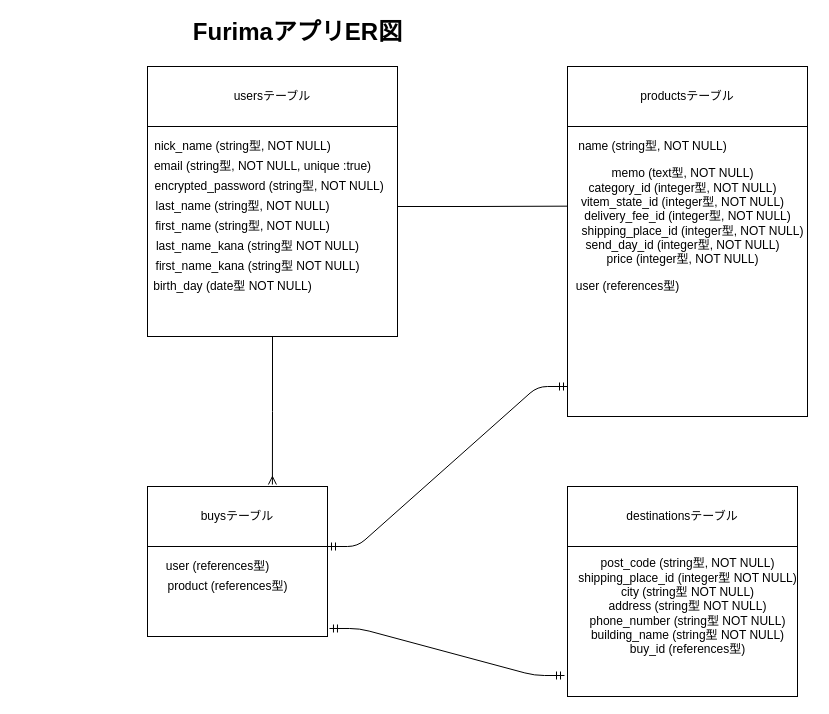
Earlier version of the draw.io diagram furima.dio (yukesu26/furima-33080). Source tidied: cells renumbered, new cells numbered last; positions are measured from the earlier drawing's top-left corner, leaving out a move shared by most shapes. Both pictures are drawn from the tidied source at 100%, with x=0, y=0 at pixel (17, 26).
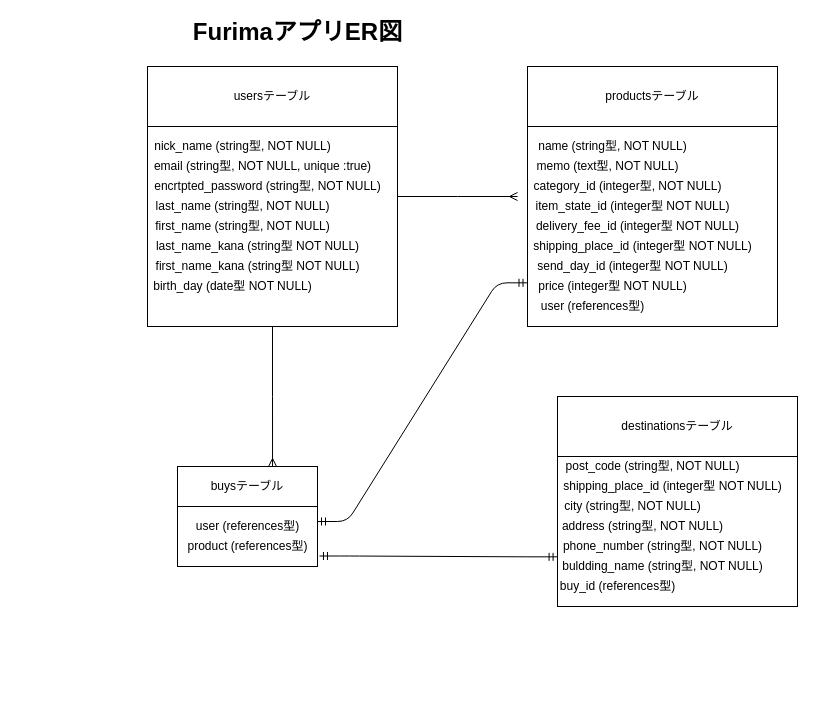
After the change.

What changed in the source:
```diff
@@
-    <mxCell id="3" style="edgeStyle=orthogonalEdgeStyle;rounded=0;jettySize=auto;html=1;entryX=0.694;entryY=-0.033;entryDx=0;entryDy=0;entryPerimeter=0;endArrow=ERmany;endFill=0;" parent="1" edge="1" source="5" target="23">
-      <mxGeometry relative="1" as="geometry" />
-    </mxCell>
-    <mxCell id="4" style="edgeStyle=orthogonalEdgeStyle;rounded=0;jettySize=auto;html=1;exitX=1;exitY=0.5;exitDx=0;exitDy=0;entryX=0.115;entryY=0.396;entryDx=0;entryDy=0;entryPerimeter=0;endArrow=ERmany;endFill=0;" parent="1" edge="1" source="5" target="18">
-      <mxGeometry relative="1" as="geometry" />
-    </mxCell>
+    <mxCell id="29" style="edgeStyle=orthogonalEdgeStyle;rounded=0;jettySize=auto;html=1;entryX=0.679;entryY=0;entryDx=0;entryDy=0;entryPerimeter=0;endArrow=ERmany;endFill=0;" parent="1" edge="1" source="5" target="44">
+      <mxGeometry relative="1" as="geometry" />
+    </mxCell>
+    <mxCell id="30" style="edgeStyle=orthogonalEdgeStyle;rounded=0;jettySize=auto;html=1;endArrow=ERmany;endFill=0;" parent="1" edge="1" source="5">
+      <mxGeometry relative="1" as="geometry">
+        <mxPoint x="500" y="170" as="targetPoint" />
+      </mxGeometry>
+    </mxCell>
     <mxCell id="5" style="whiteSpace=wrap;html=1;" parent="1" vertex="1">
-      <mxGeometry x="130" y="50" width="250" height="260" as="geometry" />
+      <mxGeometry x="130" y="40" width="250" height="260" as="geometry" />
     </mxCell>
@@
-    <mxCell id="9" value="&amp;nbsp; &amp;nbsp; &amp;nbsp; &amp;nbsp; &amp;nbsp; &amp;nbsp; &amp;nbsp; &amp;nbsp; encrypted_password (string型, NOT NULL)" style="text;html=1;align=center;verticalAlign=middle;" parent="1" vertex="1">
-      <mxGeometry x="75" y="150" width="300" height="20" as="geometry" />
+    <mxCell id="9" value="&amp;nbsp; &amp;nbsp; &amp;nbsp; &amp;nbsp; &amp;nbsp; &amp;nbsp; &amp;nbsp; &amp;nbsp;encrtpted_password (string型, NOT NULL)" style="text;html=1;align=center;verticalAlign=middle;" parent="1" vertex="1">
+      <mxGeometry x="80" y="150" width="290" height="20" as="geometry" />
     </mxCell>
@@
-    <mxCell id="15" value="productsテーブル" style="rounded=0;whiteSpace=wrap;html=1;" parent="1" vertex="1">
-      <mxGeometry x="550" y="40" width="240" height="60" as="geometry" />
-    </mxCell>
-    <mxCell id="16" style="rounded=0;whiteSpace=wrap;html=1;" parent="1" vertex="1">
-      <mxGeometry x="550" y="100" width="240" height="290" as="geometry" />
-    </mxCell>
-    <mxCell id="17" value="name (string型, NOT NULL)" style="text;html=1;align=center;verticalAlign=middle;" parent="1" vertex="1">
-      <mxGeometry x="555" y="110" width="160" height="20" as="geometry" />
-    </mxCell>
-    <mxCell id="18" value="memo (text型, NOT NULL)&lt;br&gt;category_id (integer型, NOT NULL)&lt;br&gt;vitem_state_id (integer型, NOT NULL)&lt;br&gt;&amp;nbsp; &amp;nbsp;delivery_fee_id (integer型, NOT NULL)&lt;br&gt;&amp;nbsp; &amp;nbsp; &amp;nbsp; shipping_place_id (integer型, NOT NULL)&lt;br&gt;send_day_id (integer型, NOT NULL)&lt;br&gt;price (integer型, NOT NULL)" style="text;html=1;align=center;verticalAlign=middle;points=[];" parent="1" vertex="1">
-      <mxGeometry x="535" y="140" width="260" height="100" as="geometry" />
-    </mxCell>
-    <mxCell id="19" value="user (references型)" style="text;html=1;align=center;verticalAlign=middle;" parent="1" vertex="1">
-      <mxGeometry x="550" y="250" width="120" height="20" as="geometry" />
-    </mxCell>
-    <mxCell id="20" value="destinationsテーブル" style="whiteSpace=wrap;html=1;" parent="1" vertex="1">
-      <mxGeometry x="550" y="460" width="230" height="60" as="geometry" />
+    <mxCell id="20" style="whiteSpace=wrap;html=1;" parent="1" vertex="1">
+      <mxGeometry x="510" y="40" width="250" height="260" as="geometry" />
     </mxCell>
-    <mxCell id="21" style="whiteSpace=wrap;html=1;" parent="1" vertex="1">
-      <mxGeometry x="550" y="520" width="230" height="150" as="geometry" />
+    <mxCell id="21" value="productsテーブル" style="whiteSpace=wrap;html=1;" parent="1" vertex="1">
+      <mxGeometry x="510" y="40" width="250" height="60" as="geometry" />
     </mxCell>
-    <mxCell id="22" value="post_code (string型, NOT NULL)&lt;br&gt;shipping_place_id (integer型 NOT NULL)&lt;br&gt;city (string型 NOT NULL)&lt;br&gt;address (string型 NOT NULL)&lt;br&gt;phone_number (string型 NOT NULL)&lt;br&gt;building_name (string型 NOT NULL)&lt;br&gt;buy_id (references型)" style="text;html=1;align=center;verticalAlign=middle;" parent="1" vertex="1">
-      <mxGeometry x="555" y="530" width="230" height="100" as="geometry" />
+    <mxCell id="22" value="name (string型, NOT NULL)" style="text;html=1;align=center;verticalAlign=middle;" parent="1" vertex="1">
+      <mxGeometry x="515" y="110" width="160" height="20" as="geometry" />
     </mxCell>
-    <mxCell id="23" value="buysテーブル" style="whiteSpace=wrap;html=1;" parent="1" vertex="1">
-      <mxGeometry x="130" y="460" width="180" height="60" as="geometry" />
+    <mxCell id="23" value="memo (text型, NOT NULL)" style="text;html=1;align=center;verticalAlign=middle;points=[];" parent="1" vertex="1">
+      <mxGeometry x="510" y="130" width="160" height="20" as="geometry" />
     </mxCell>
+    <mxCell id="31" value="&lt;span&gt;category_id (integer型, NOT NULL)&lt;/span&gt;" style="text;html=1;align=center;verticalAlign=middle;" parent="1" vertex="1">
+      <mxGeometry x="510" y="150" width="200" height="20" as="geometry" />
+    </mxCell>
-    <mxCell id="24" style="whiteSpace=wrap;html=1;" parent="1" vertex="1">
-      <mxGeometry x="130" y="520" width="180" height="90" as="geometry" />
+    <mxCell id="24" value="item_state_id (integer型 NOT NULL)" style="text;html=1;align=center;verticalAlign=middle;points=[];" parent="1" vertex="1">
+      <mxGeometry x="510" y="170" width="210" height="20" as="geometry" />
     </mxCell>
-    <mxCell id="25" value="user (references型)" style="text;html=1;align=center;verticalAlign=middle;" parent="1" vertex="1">
-      <mxGeometry x="140" y="530" width="120" height="20" as="geometry" />
+    <mxCell id="25" value="delivery_fee_id (integer型 NOT NULL)" style="text;html=1;align=center;verticalAlign=middle;" parent="1" vertex="1">
+      <mxGeometry x="510" y="190" width="220" height="20" as="geometry" />
     </mxCell>
-    <mxCell id="26" value="product (references型)" style="text;html=1;align=center;verticalAlign=middle;" parent="1" vertex="1">
-      <mxGeometry x="140" y="550" width="140" height="20" as="geometry" />
+    <mxCell id="26" value="shipping_place_id (integer型 NOT NULL)" style="text;html=1;align=center;verticalAlign=middle;" parent="1" vertex="1">
+      <mxGeometry x="510" y="210" width="230" height="20" as="geometry" />
     </mxCell>
-    <mxCell id="27" style="edgeStyle=entityRelationEdgeStyle;fontSize=12;html=1;endArrow=ERmandOne;startArrow=ERmandOne;entryX=-0.013;entryY=0.86;entryDx=0;entryDy=0;entryPerimeter=0;exitX=1.011;exitY=0.911;exitDx=0;exitDy=0;exitPerimeter=0;" parent="1" edge="1" source="24" target="21">
-      <mxGeometry relative="1" as="geometry" />
-    </mxCell>
-    <mxCell id="28" style="edgeStyle=entityRelationEdgeStyle;fontSize=12;html=1;endArrow=ERmandOne;startArrow=ERmandOne;exitX=1;exitY=0;exitDx=0;exitDy=0;" parent="1" edge="1" source="24">
-      <mxGeometry relative="1" as="geometry">
-        <mxPoint x="550" y="360" as="targetPoint" />
-      </mxGeometry>
-    </mxCell>
+    <mxCell id="32" value="&amp;nbsp; &amp;nbsp; &amp;nbsp; &amp;nbsp; &amp;nbsp; &amp;nbsp; &amp;nbsp; &amp;nbsp; &amp;nbsp; &amp;nbsp; &amp;nbsp; &amp;nbsp; &amp;nbsp; &amp;nbsp; &amp;nbsp; &amp;nbsp; &amp;nbsp; &amp;nbsp; send_day_id (integer型 NOT NULL)" style="text;html=1;align=center;verticalAlign=middle;" parent="1" vertex="1">
+      <mxGeometry x="390" y="230" width="330" height="20" as="geometry" />
+    </mxCell>
+    <mxCell id="33" value="price (integer型 NOT NULL)" style="text;html=1;align=center;verticalAlign=middle;" parent="1" vertex="1">
+      <mxGeometry x="515" y="250" width="160" height="20" as="geometry" />
+    </mxCell>
+    <mxCell id="34" value="user (references型)" style="text;html=1;align=center;verticalAlign=middle;" parent="1" vertex="1">
+      <mxGeometry x="515" y="270" width="120" height="20" as="geometry" />
+    </mxCell>
+    <mxCell id="35" value="destinationsテーブル" style="whiteSpace=wrap;html=1;" parent="1" vertex="1">
+      <mxGeometry x="540" y="370" width="240" height="60" as="geometry" />
+    </mxCell>
+    <mxCell id="36" style="whiteSpace=wrap;html=1;" parent="1" vertex="1">
+      <mxGeometry x="540" y="430" width="240" height="150" as="geometry" />
+    </mxCell>
+    <mxCell id="37" value="post_code (string型, NOT NULL)" style="text;html=1;align=center;verticalAlign=middle;" parent="1" vertex="1">
+      <mxGeometry x="540" y="430" width="190" height="20" as="geometry" />
+    </mxCell>
+    <mxCell id="38" value="shipping_place_id (integer型 NOT NULL)" style="text;html=1;align=center;verticalAlign=middle;" parent="1" vertex="1">
+      <mxGeometry x="540" y="450" width="230" height="20" as="geometry" />
+    </mxCell>
+    <mxCell id="39" value="city (string型, NOT NULL)" style="text;html=1;align=center;verticalAlign=middle;" parent="1" vertex="1">
+      <mxGeometry x="540" y="470" width="150" height="20" as="geometry" />
+    </mxCell>
+    <mxCell id="40" value="address (string型, NOT NULL)" style="text;html=1;align=center;verticalAlign=middle;" parent="1" vertex="1">
+      <mxGeometry x="535" y="490" width="180" height="20" as="geometry" />
+    </mxCell>
+    <mxCell id="41" value="phone_number (string型, NOT NULL)" style="text;html=1;align=center;verticalAlign=middle;points=[];" parent="1" vertex="1">
+      <mxGeometry x="540" y="510" width="210" height="20" as="geometry" />
+    </mxCell>
+    <mxCell id="42" value="buldding_name (string型, NOT NULL)" style="text;html=1;align=center;verticalAlign=middle;" parent="1" vertex="1">
+      <mxGeometry x="535" y="530" width="220" height="20" as="geometry" />
+    </mxCell>
+    <mxCell id="43" value="buy_id (references型)" style="text;html=1;align=center;verticalAlign=middle;" parent="1" vertex="1">
+      <mxGeometry x="535" y="550" width="130" height="20" as="geometry" />
+    </mxCell>
+    <mxCell id="44" value="buysテーブル" style="whiteSpace=wrap;html=1;" parent="1" vertex="1">
+      <mxGeometry x="160" y="440" width="140" height="40" as="geometry" />
+    </mxCell>
+    <mxCell id="3" style="whiteSpace=wrap;html=1;" parent="1" vertex="1">
+      <mxGeometry x="160" y="480" width="140" height="60" as="geometry" />
+    </mxCell>
+    <mxCell id="45" value="user (references型)" style="text;html=1;align=center;verticalAlign=middle;" parent="1" vertex="1">
+      <mxGeometry x="170" y="490" width="120" height="20" as="geometry" />
+    </mxCell>
+    <mxCell id="46" value="product (references型)" style="text;html=1;align=center;verticalAlign=middle;points=[];" parent="1" vertex="1">
+      <mxGeometry x="160" y="510" width="140" height="20" as="geometry" />
+    </mxCell>
+    <mxCell id="47" style="edgeStyle=entityRelationEdgeStyle;fontSize=12;html=1;endArrow=ERmandOne;startArrow=ERmandOne;exitX=1.014;exitY=0.975;exitDx=0;exitDy=0;exitPerimeter=0;entryX=-0.002;entryY=1.017;entryDx=0;entryDy=0;entryPerimeter=0;" parent="1" edge="1" source="46" target="41">
+      <mxGeometry relative="1" as="geometry" />
+    </mxCell>
+    <mxCell id="48" style="edgeStyle=entityRelationEdgeStyle;fontSize=12;html=1;endArrow=ERmandOne;startArrow=ERmandOne;exitX=1;exitY=0.25;exitDx=0;exitDy=0;entryX=-0.002;entryY=0.832;entryDx=0;entryDy=0;entryPerimeter=0;" parent="1" edge="1" source="3" target="20">
+      <mxGeometry relative="1" as="geometry" />
+    </mxCell>
```
